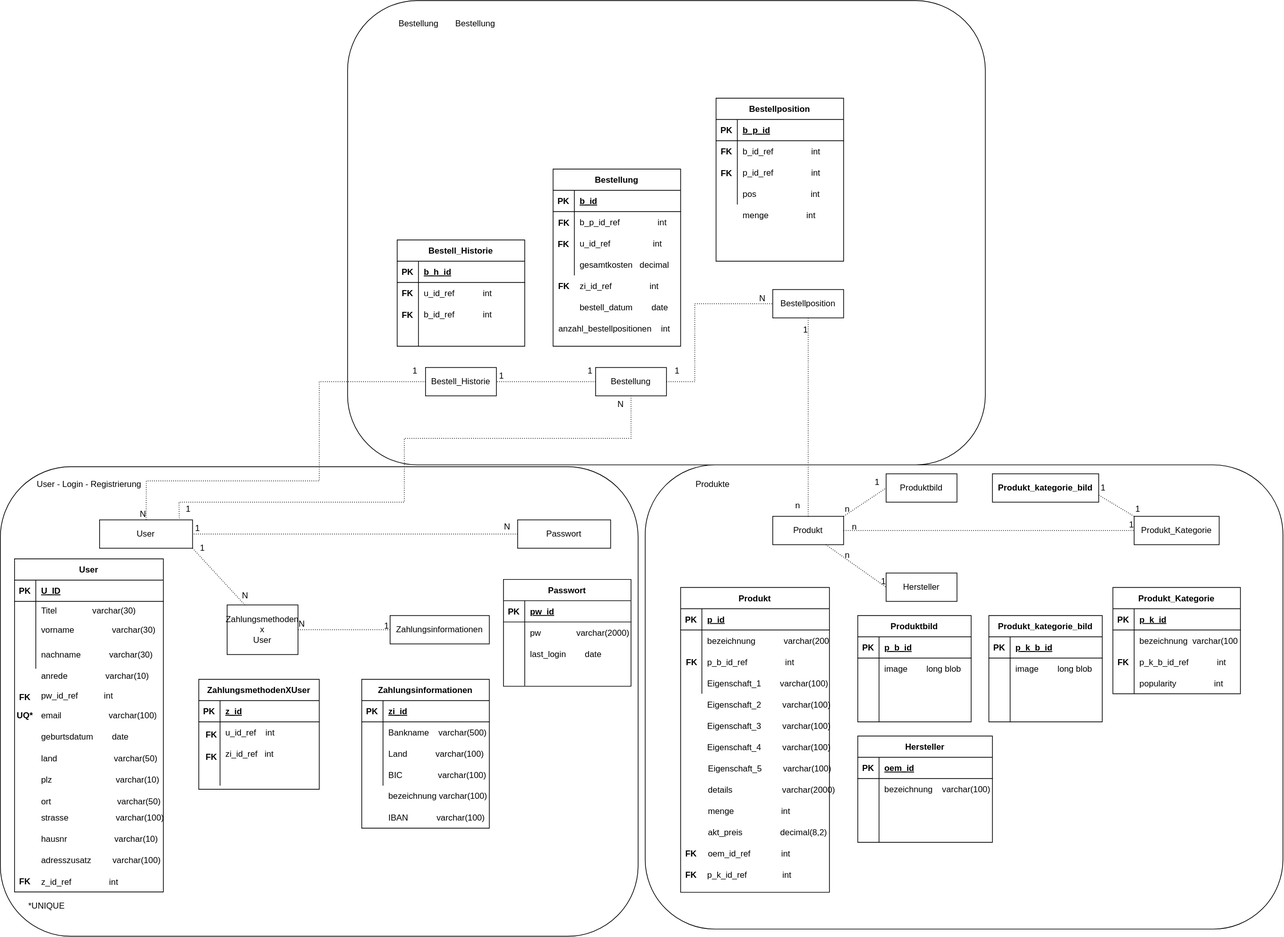
The draw.io diagram sql/ER-Modell.drawio.svg in Projektarbeiten/ProjectPlatypus, before a commit. Source tidied: cells renumbered, new cells last; positions are measured from the earlier drawing's top-left corner, leaving out a move shared by most shapes.
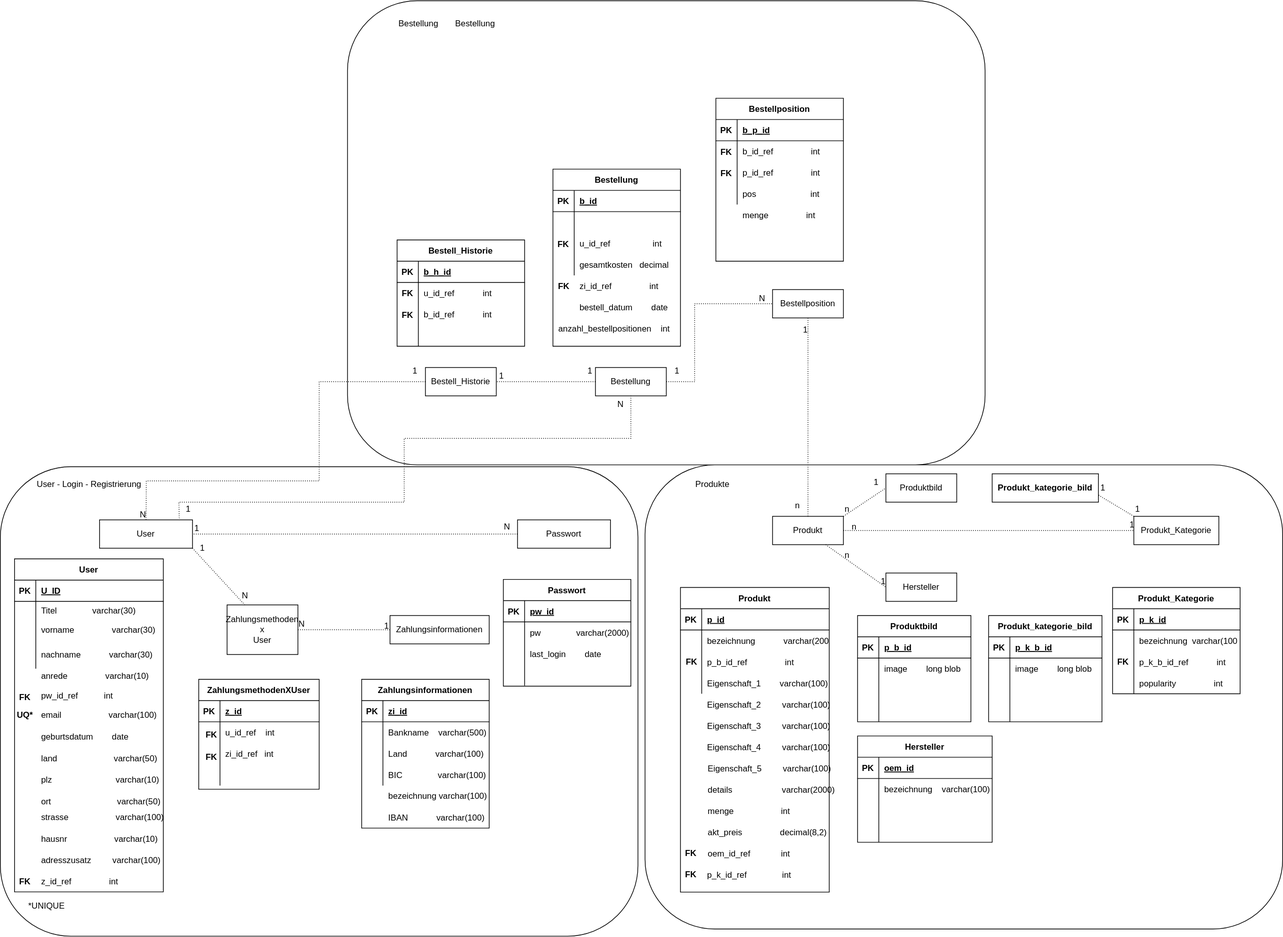
The same file after the commit.

Commit message:
PP-74 -- Hinzugefügt: - flussdiagrammBestellProzess.drawio.svg -- Abgeändert: - tables.sql - ER-Modell --> Fehler behoben ---

Diff of the diagram source:
```diff
@@ -684,7 +684,7 @@
     <mxCell id="216" style="shape=partialRectangle;fillColor=none;top=0;left=0;bottom=0;right=0;overflow=hidden;" parent="215" vertex="1">
       <mxGeometry width="30" height="30" as="geometry" />
     </mxCell>
-    <mxCell id="217" value="b_p_id_ref                int" style="shape=partialRectangle;fillColor=none;top=0;left=0;bottom=0;right=0;align=left;spacingLeft=6;overflow=hidden;" parent="215" vertex="1">
+    <mxCell id="217" style="shape=partialRectangle;fillColor=none;top=0;left=0;bottom=0;right=0;align=left;spacingLeft=6;overflow=hidden;" parent="215" vertex="1">
       <mxGeometry x="30" width="150" height="30" as="geometry" />
     </mxCell>
     <mxCell id="218" style="shape=tableRow;horizontal=0;startSize=0;swimlaneHead=0;swimlaneBody=0;fillColor=none;top=0;left=0;right=0;bottom=0;" parent="211" vertex="1">
@@ -785,9 +785,6 @@
     <mxCell id="249" value="FK" style="shape=partialRectangle;fillColor=none;top=0;left=0;bottom=0;right=0;fontStyle=1;overflow=hidden;" parent="1" vertex="1">
       <mxGeometry x="560" y="428.2" width="30" height="30.4" as="geometry" />
     </mxCell>
-    <mxCell id="250" value="FK" style="shape=partialRectangle;fillColor=none;top=0;left=0;bottom=0;right=0;fontStyle=1;overflow=hidden;" parent="1" vertex="1">
-      <mxGeometry x="780.6" y="298" width="30" height="30.4" as="geometry" />
-    </mxCell>
     <mxCell id="251" value="FK" style="shape=partialRectangle;fillColor=none;top=0;left=0;bottom=0;right=0;fontStyle=1;overflow=hidden;" parent="1" vertex="1">
       <mxGeometry x="780" y="328.4" width="30" height="30.4" as="geometry" />
     </mxCell>
```
